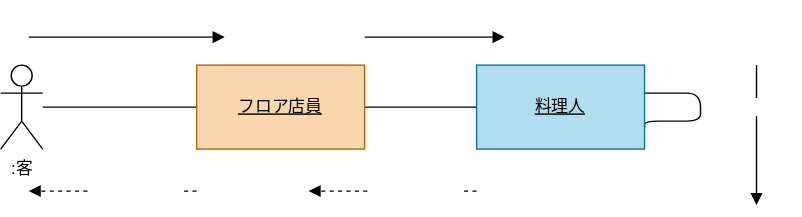
TTaKesAwA/uml-intro keeps this draw.io diagram as 例題5-1_ラーメン注文配膳.drawio.svg. Above is the earlier version. Source tidied: cells renumbered, new cells last; positions are measured from the earlier drawing's top-left corner, leaving out a move shared by most shapes. Its diagram source:
```xml
<mxGraphModel>
  <root>
    <mxCell id="0" />
    <mxCell id="1" parent="0" />
    <mxCell id="2" style="edgeStyle=none;html=1;endArrow=none;endFill=0;" parent="1" edge="1" source="3" target="5">
      <mxGeometry relative="1" as="geometry" />
    </mxCell>
    <mxCell id="3" value=":客&lt;br&gt;" style="shape=umlActor;verticalLabelPosition=bottom;verticalAlign=top;html=1;outlineConnect=0;" parent="1" vertex="1">
      <mxGeometry y="20" width="30" height="60" as="geometry" />
    </mxCell>
    <mxCell id="4" style="html=1;strokeColor=default;edgeStyle=orthogonalEdgeStyle;endArrow=none;endFill=0;" parent="1" edge="1" source="5" target="7">
      <mxGeometry relative="1" as="geometry" />
    </mxCell>
    <mxCell id="5" value="フロア店員" style="whiteSpace=wrap;html=1;verticalAlign=middle;fontStyle=4;fillColor=#fad7ac;strokeColor=#b46504;fontColor=#000000;" parent="1" vertex="1">
      <mxGeometry x="140" y="20" width="120" height="60" as="geometry" />
    </mxCell>
    <mxCell id="6" style="edgeStyle=orthogonalEdgeStyle;html=1;strokeColor=default;fontColor=#FFFFFF;endArrow=none;endFill=0;entryX=1;entryY=0.75;entryDx=0;entryDy=0;" parent="1" edge="1" source="7" target="7">
      <mxGeometry relative="1" as="geometry">
        <Array as="points">
          <mxPoint x="500" y="40" />
          <mxPoint x="500" y="60" />
          <mxPoint x="460" y="60" />
        </Array>
      </mxGeometry>
    </mxCell>
    <mxCell id="7" value="料理人" style="whiteSpace=wrap;html=1;verticalAlign=middle;fontStyle=4;fillColor=#b1ddf0;strokeColor=#10739e;fontColor=#000000;" parent="1" vertex="1">
      <mxGeometry x="340" y="20" width="120" height="60" as="geometry" />
    </mxCell>
    <mxCell id="8" style="endArrow=block;html=1;strokeColor=default;fontColor=#000000;endFill=1;" parent="1" edge="1">
      <mxGeometry relative="1" as="geometry">
        <mxPoint x="20" as="sourcePoint" />
        <mxPoint x="160" as="targetPoint" />
      </mxGeometry>
    </mxCell>
    <mxCell id="9" value="１：ラーメンを注文する" style="edgeLabel;html=1;align=center;verticalAlign=middle;fontColor=#FFFFFF;" parent="8" vertex="1">
      <mxGeometry x="0.45" y="2" relative="1" as="geometry">
        <mxPoint x="-32" y="-18" as="offset" />
      </mxGeometry>
    </mxCell>
    <mxCell id="10" style="endArrow=block;html=1;strokeColor=default;fontColor=#000000;endFill=1;" parent="1" edge="1">
      <mxGeometry relative="1" as="geometry">
        <mxPoint x="260" as="sourcePoint" />
        <mxPoint x="360" as="targetPoint" />
      </mxGeometry>
    </mxCell>
    <mxCell id="11" value="２：料理を指示する" style="edgeLabel;html=1;align=center;verticalAlign=middle;fontColor=#FFFFFF;" parent="10" vertex="1">
      <mxGeometry x="0.45" y="2" relative="1" as="geometry">
        <mxPoint x="-32" y="-18" as="offset" />
      </mxGeometry>
    </mxCell>
    <mxCell id="12" style="endArrow=block;html=1;strokeColor=default;fontColor=#FFFFFF;endFill=1;" parent="1" edge="1">
      <mxGeometry relative="1" as="geometry">
        <mxPoint x="540" y="20" as="sourcePoint" />
        <mxPoint x="540" y="120" as="targetPoint" />
      </mxGeometry>
    </mxCell>
    <mxCell id="13" value="３：調理する" style="edgeLabel;html=1;align=center;verticalAlign=middle;fontColor=#FFFFFF;" parent="12" vertex="1">
      <mxGeometry x="-0.42" y="-1" relative="1" as="geometry" />
    </mxCell>
    <mxCell id="14" style="endArrow=block;html=1;strokeColor=default;fontColor=#000000;dashed=1;endFill=1;" parent="1" edge="1">
      <mxGeometry relative="1" as="geometry">
        <mxPoint x="140" y="110" as="sourcePoint" />
        <mxPoint x="20" y="110" as="targetPoint" />
      </mxGeometry>
    </mxCell>
    <mxCell id="15" value="&lt;font color=&quot;#ffffff&quot;&gt;５：ラーメン&lt;br&gt;&lt;/font&gt;" style="edgeLabel;html=1;align=center;verticalAlign=middle;fontColor=#000000;" parent="14" vertex="1">
      <mxGeometry x="-0.28" y="-2" relative="1" as="geometry" />
    </mxCell>
    <mxCell id="16" style="endArrow=block;html=1;strokeColor=default;fontColor=#000000;dashed=1;endFill=1;" parent="1" edge="1">
      <mxGeometry relative="1" as="geometry">
        <mxPoint x="340" y="110" as="sourcePoint" />
        <mxPoint x="220" y="110" as="targetPoint" />
      </mxGeometry>
    </mxCell>
    <mxCell id="17" value="&lt;font color=&quot;#ffffff&quot;&gt;４：ラーメン&lt;br&gt;&lt;/font&gt;" style="edgeLabel;html=1;align=center;verticalAlign=middle;fontColor=#000000;" parent="16" vertex="1">
      <mxGeometry x="-0.28" y="-2" relative="1" as="geometry" />
    </mxCell>
  </root>
</mxGraphModel>
```
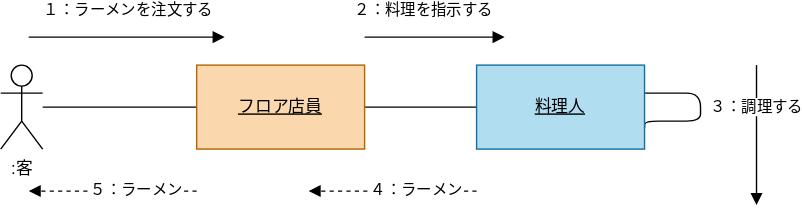
After the commit.

Commit message:
例題５－１の更新

The edit, as a diff of the source:
```diff
@@ -32,7 +32,7 @@
         <mxPoint x="160" as="targetPoint" />
       </mxGeometry>
     </mxCell>
-    <mxCell id="9" value="１：ラーメンを注文する" style="edgeLabel;html=1;align=center;verticalAlign=middle;fontColor=#FFFFFF;" parent="8" vertex="1">
+    <mxCell id="9" value="&lt;font color=&quot;#000000&quot;&gt;１：ラーメンを注文する&lt;/font&gt;" style="edgeLabel;html=1;align=center;verticalAlign=middle;fontColor=#FFFFFF;" parent="8" vertex="1">
       <mxGeometry x="0.45" y="2" relative="1" as="geometry">
         <mxPoint x="-32" y="-18" as="offset" />
       </mxGeometry>
@@ -43,7 +43,7 @@
         <mxPoint x="360" as="targetPoint" />
       </mxGeometry>
     </mxCell>
-    <mxCell id="11" value="２：料理を指示する" style="edgeLabel;html=1;align=center;verticalAlign=middle;fontColor=#FFFFFF;" parent="10" vertex="1">
+    <mxCell id="11" value="&lt;font color=&quot;#000000&quot;&gt;２：料理を指示する&lt;/font&gt;" style="edgeLabel;html=1;align=center;verticalAlign=middle;fontColor=#FFFFFF;" parent="10" vertex="1">
       <mxGeometry x="0.45" y="2" relative="1" as="geometry">
         <mxPoint x="-32" y="-18" as="offset" />
       </mxGeometry>
@@ -54,7 +54,7 @@
         <mxPoint x="540" y="120" as="targetPoint" />
       </mxGeometry>
     </mxCell>
-    <mxCell id="13" value="３：調理する" style="edgeLabel;html=1;align=center;verticalAlign=middle;fontColor=#FFFFFF;" parent="12" vertex="1">
+    <mxCell id="13" value="&lt;font color=&quot;#000000&quot;&gt;３：調理する&lt;/font&gt;" style="edgeLabel;html=1;align=center;verticalAlign=middle;fontColor=#FFFFFF;" parent="12" vertex="1">
       <mxGeometry x="-0.42" y="-1" relative="1" as="geometry" />
     </mxCell>
     <mxCell id="14" style="endArrow=block;html=1;strokeColor=default;fontColor=#000000;dashed=1;endFill=1;" parent="1" edge="1">
@@ -63,7 +63,7 @@
         <mxPoint x="20" y="110" as="targetPoint" />
       </mxGeometry>
     </mxCell>
-    <mxCell id="15" value="&lt;font color=&quot;#ffffff&quot;&gt;５：ラーメン&lt;br&gt;&lt;/font&gt;" style="edgeLabel;html=1;align=center;verticalAlign=middle;fontColor=#000000;" parent="14" vertex="1">
+    <mxCell id="15" value="５：ラーメン" style="edgeLabel;html=1;align=center;verticalAlign=middle;fontColor=#000000;" parent="14" vertex="1">
       <mxGeometry x="-0.28" y="-2" relative="1" as="geometry" />
     </mxCell>
     <mxCell id="16" style="endArrow=block;html=1;strokeColor=default;fontColor=#000000;dashed=1;endFill=1;" parent="1" edge="1">
@@ -72,7 +72,7 @@
         <mxPoint x="220" y="110" as="targetPoint" />
       </mxGeometry>
     </mxCell>
-    <mxCell id="17" value="&lt;font color=&quot;#ffffff&quot;&gt;４：ラーメン&lt;br&gt;&lt;/font&gt;" style="edgeLabel;html=1;align=center;verticalAlign=middle;fontColor=#000000;" parent="16" vertex="1">
+    <mxCell id="17" value="４：ラーメン" style="edgeLabel;html=1;align=center;verticalAlign=middle;fontColor=#000000;" parent="16" vertex="1">
       <mxGeometry x="-0.28" y="-2" relative="1" as="geometry" />
     </mxCell>
   </root>
```
